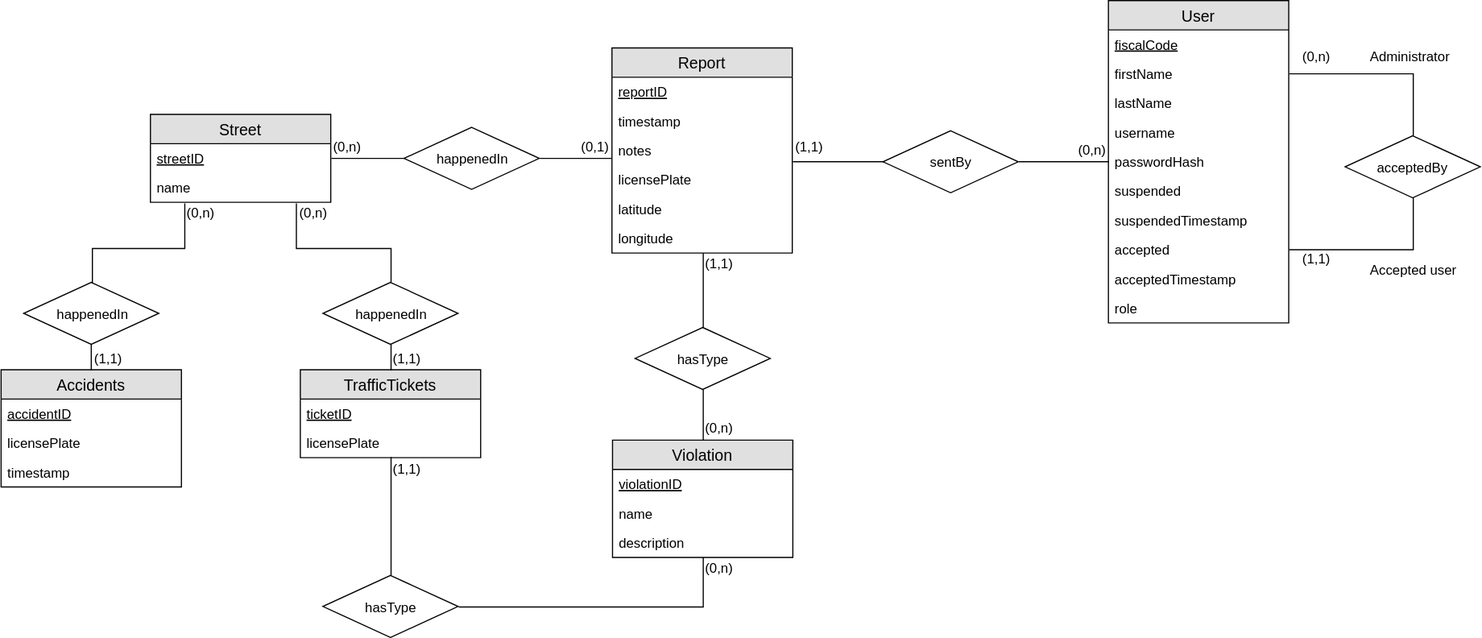
EliaBattiston/SafeStreets keeps this draw.io diagram as DD/Images/Databases/MainER.svg. Above is the earlier version. Source tidied: cells renumbered, new cells last; positions are measured from the earlier drawing's top-left corner, leaving out a move shared by most shapes.
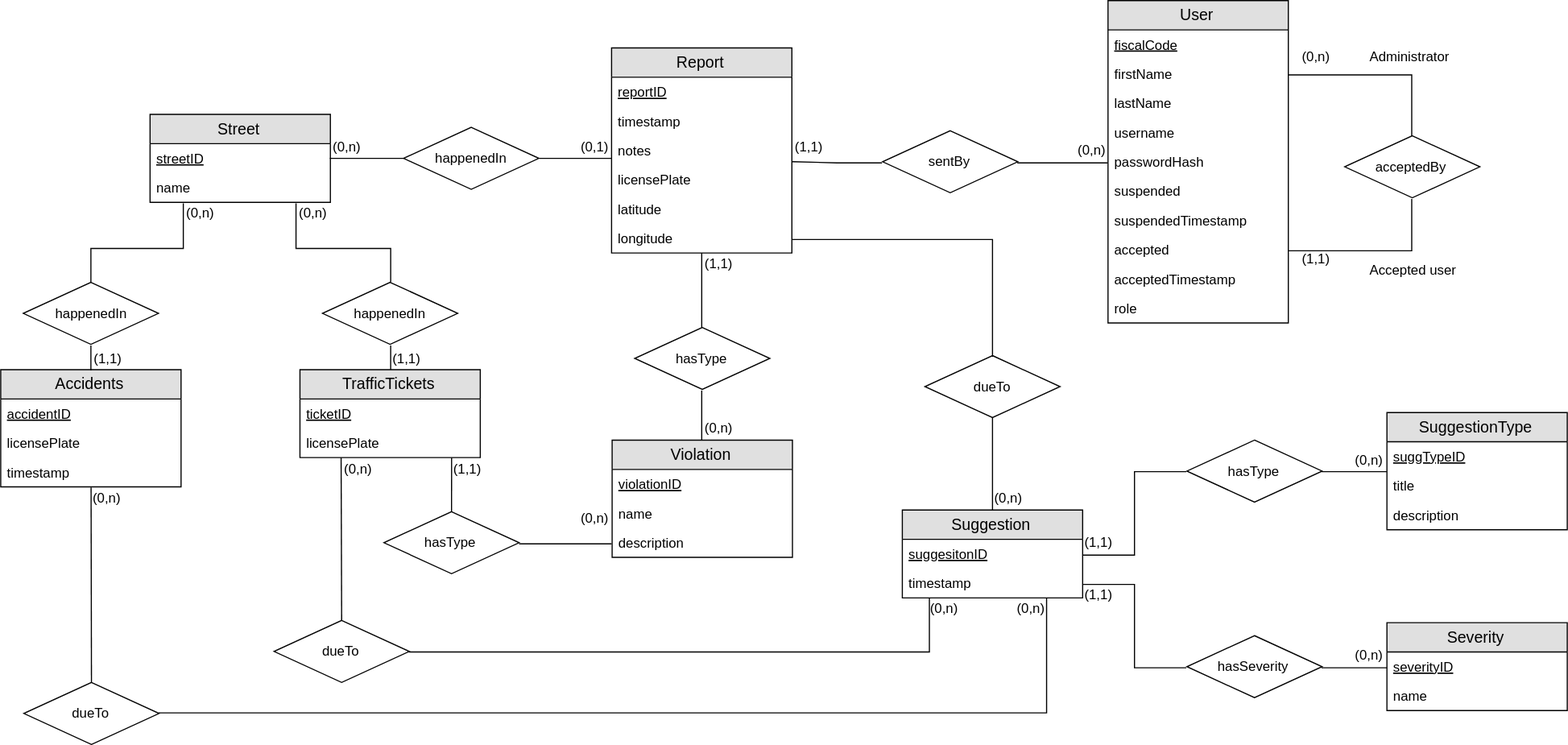
The same diagram one commit later.

Commit message:
Added details to DD and completed ER diagram

Diff of the diagram source:
```diff
@@ -121,15 +121,6 @@
     <mxCell id="40" value="(0,n)" style="text;html=1;align=left;verticalAlign=top;spacingTop=-4;" parent="1" vertex="1">
       <mxGeometry x="622.5" y="370" width="40" height="20" as="geometry" />
     </mxCell>
-    <mxCell id="41" value="TrafficTickets" style="swimlane;fontStyle=0;horizontal=1;startSize=26;fillColor=#e0e0e0;swimlaneFillColor=#ffffff;align=center;fontSize=14;" parent="1" vertex="1">
-      <mxGeometry x="265.5" y="327.5" width="160" height="78" as="geometry" />
-    </mxCell>
-    <mxCell id="42" value="ticketID" style="text;strokeColor=none;fillColor=none;spacingLeft=4;spacingRight=4;overflow=hidden;fontSize=12;fontStyle=4;" parent="41" vertex="1">
-      <mxGeometry y="26" width="160" height="26" as="geometry" />
-    </mxCell>
-    <mxCell id="43" value="licensePlate" style="text;strokeColor=none;fillColor=none;spacingLeft=4;spacingRight=4;overflow=hidden;points=[[0,0.5],[1,0.5]];portConstraint=eastwest;fontSize=12;" parent="41" vertex="1">
-      <mxGeometry y="52" width="160" height="26" as="geometry" />
-    </mxCell>
     <mxCell id="44" value="Accidents" style="swimlane;fontStyle=0;horizontal=1;startSize=26;fillColor=#e0e0e0;swimlaneFillColor=#ffffff;align=center;fontSize=14;" parent="1" vertex="1">
       <mxGeometry y="327.5" width="160" height="104" as="geometry" />
     </mxCell>
@@ -206,20 +197,142 @@
     <mxCell id="65" value="(0,n)" style="text;html=1;align=left;verticalAlign=top;spacingTop=-4;" parent="1" vertex="1">
       <mxGeometry x="262.5" y="179" width="40" height="20" as="geometry" />
     </mxCell>
-    <mxCell id="66" style="edgeStyle=orthogonalEdgeStyle;rounded=0;jettySize=auto;html=1;exitX=1;exitY=0.5;exitDx=0;exitDy=0;entryX=0.501;entryY=0.984;entryDx=0;entryDy=0;entryPerimeter=0;endArrow=none;endFill=0;" parent="1" edge="1" source="68" target="23">
-      <mxGeometry relative="1" as="geometry" />
-    </mxCell>
-    <mxCell id="67" style="edgeStyle=orthogonalEdgeStyle;rounded=0;jettySize=auto;html=1;exitX=0.5;exitY=0;exitDx=0;exitDy=0;entryX=0.501;entryY=0.996;entryDx=0;entryDy=0;entryPerimeter=0;endArrow=none;endFill=0;" parent="1" edge="1" source="68" target="43">
-      <mxGeometry relative="1" as="geometry" />
+    <mxCell id="67" style="edgeStyle=orthogonalEdgeStyle;rounded=0;jettySize=auto;html=1;exitX=0.5;exitY=0;exitDx=0;exitDy=0;entryX=0.501;entryY=0.996;entryDx=0;entryDy=0;entryPerimeter=0;endArrow=none;endFill=0;" parent="1" edge="1" source="68">
+      <mxGeometry relative="1" as="geometry">
+        <mxPoint x="400.1" y="405.6" as="targetPoint" />
+      </mxGeometry>
     </mxCell>
     <mxCell id="68" value="hasType" style="rhombus;whiteSpace=wrap;html=1;" parent="1" vertex="1">
-      <mxGeometry x="285.5" y="510" width="120" height="55" as="geometry" />
+      <mxGeometry x="340" y="453.5" width="120" height="55" as="geometry" />
     </mxCell>
     <mxCell id="69" value="(1,1)" style="text;html=1;align=left;verticalAlign=top;spacingTop=-4;" parent="1" vertex="1">
-      <mxGeometry x="345.5" y="405.5" width="40" height="20" as="geometry" />
+      <mxGeometry x="400" y="405.5" width="40" height="20" as="geometry" />
     </mxCell>
     <mxCell id="70" value="(0,n)" style="text;html=1;align=left;verticalAlign=top;spacingTop=-4;" parent="1" vertex="1">
-      <mxGeometry x="622.5" y="494" width="40" height="20" as="geometry" />
+      <mxGeometry x="512.5" y="450" width="40" height="20" as="geometry" />
     </mxCell>
+    <mxCell id="71" value="Suggestion" style="swimlane;fontStyle=0;horizontal=1;startSize=26;fillColor=#e0e0e0;swimlaneFillColor=#ffffff;align=center;fontSize=14;" parent="1" vertex="1">
+      <mxGeometry x="800" y="452" width="160" height="78" as="geometry" />
+    </mxCell>
+    <mxCell id="72" value="suggesitonID" style="text;strokeColor=none;fillColor=none;spacingLeft=4;spacingRight=4;overflow=hidden;points=[[0,0.5],[1,0.5]];portConstraint=eastwest;fontSize=12;fontStyle=4;" parent="71" vertex="1">
+      <mxGeometry y="26" width="160" height="26" as="geometry" />
+    </mxCell>
+    <mxCell id="73" value="timestamp" style="text;strokeColor=none;fillColor=none;spacingLeft=4;spacingRight=4;overflow=hidden;points=[[0,0.5],[1,0.5]];portConstraint=eastwest;fontSize=12;" parent="71" vertex="1">
+      <mxGeometry y="52" width="160" height="26" as="geometry" />
+    </mxCell>
+    <mxCell id="74" style="edgeStyle=orthogonalEdgeStyle;rounded=0;jettySize=auto;html=1;entryX=1;entryY=0.5;entryDx=0;entryDy=0;endArrow=none;endFill=0;" parent="1" edge="1" source="75" target="82">
+      <mxGeometry relative="1" as="geometry" />
+    </mxCell>
+    <mxCell id="75" value="SuggestionType" style="swimlane;fontStyle=0;horizontal=1;startSize=26;fillColor=#e0e0e0;swimlaneFillColor=#ffffff;align=center;fontSize=14;" parent="1" vertex="1">
+      <mxGeometry x="1230" y="365.5" width="160" height="104" as="geometry" />
+    </mxCell>
+    <mxCell id="76" value="suggTypeID" style="text;strokeColor=none;fillColor=none;spacingLeft=4;spacingRight=4;overflow=hidden;fontSize=12;fontStyle=4;" parent="75" vertex="1">
+      <mxGeometry y="26" width="160" height="26" as="geometry" />
+    </mxCell>
+    <mxCell id="77" value="title" style="text;strokeColor=none;fillColor=none;spacingLeft=4;spacingRight=4;overflow=hidden;fontSize=12;" parent="75" vertex="1">
+      <mxGeometry y="52" width="160" height="26" as="geometry" />
+    </mxCell>
+    <mxCell id="78" value="description" style="text;strokeColor=none;fillColor=none;spacingLeft=4;spacingRight=4;overflow=hidden;fontSize=12;" parent="75" vertex="1">
+      <mxGeometry y="78" width="160" height="26" as="geometry" />
+    </mxCell>
+    <mxCell id="79" value="Severity" style="swimlane;fontStyle=0;horizontal=1;startSize=26;fillColor=#e0e0e0;swimlaneFillColor=#ffffff;align=center;fontSize=14;" parent="1" vertex="1">
+      <mxGeometry x="1230" y="552" width="160" height="78" as="geometry" />
+    </mxCell>
+    <mxCell id="80" value="severityID" style="text;strokeColor=none;fillColor=none;spacingLeft=4;spacingRight=4;overflow=hidden;points=[[0,0.5],[1,0.5]];portConstraint=eastwest;fontSize=12;fontStyle=4;" parent="79" vertex="1">
+      <mxGeometry y="26" width="160" height="26" as="geometry" />
+    </mxCell>
+    <mxCell id="81" value="name" style="text;strokeColor=none;fillColor=none;spacingLeft=4;spacingRight=4;overflow=hidden;fontSize=12;" parent="79" vertex="1">
+      <mxGeometry y="52" width="160" height="26" as="geometry" />
+    </mxCell>
+    <mxCell id="82" value="hasType" style="rhombus;whiteSpace=wrap;html=1;" parent="1" vertex="1">
+      <mxGeometry x="1052.5" y="390" width="120" height="55" as="geometry" />
+    </mxCell>
+    <mxCell id="83" style="edgeStyle=orthogonalEdgeStyle;rounded=0;jettySize=auto;html=1;exitX=1;exitY=0.5;exitDx=0;exitDy=0;entryX=0;entryY=0.5;entryDx=0;entryDy=0;endArrow=none;endFill=0;" parent="1" edge="1" source="84" target="80">
+      <mxGeometry relative="1" as="geometry" />
+    </mxCell>
+    <mxCell id="84" value="hasSeverity" style="rhombus;whiteSpace=wrap;html=1;" parent="1" vertex="1">
+      <mxGeometry x="1052.5" y="563.5" width="120" height="55" as="geometry" />
+    </mxCell>
+    <mxCell id="85" style="edgeStyle=orthogonalEdgeStyle;rounded=0;jettySize=auto;html=1;exitX=1;exitY=0.5;exitDx=0;exitDy=0;entryX=0;entryY=0.5;entryDx=0;entryDy=0;endArrow=none;endFill=0;" parent="1" edge="1" source="73" target="84">
+      <mxGeometry relative="1" as="geometry" />
+    </mxCell>
+    <mxCell id="86" value="(0,n)" style="text;html=1;align=left;verticalAlign=top;spacingTop=-4;" parent="1" vertex="1">
+      <mxGeometry x="1200" y="571" width="40" height="20" as="geometry" />
+    </mxCell>
+    <mxCell id="87" value="(0,n)" style="text;html=1;align=left;verticalAlign=top;spacingTop=-4;" parent="1" vertex="1">
+      <mxGeometry x="1200" y="397.5" width="40" height="20" as="geometry" />
+    </mxCell>
+    <mxCell id="88" style="edgeStyle=orthogonalEdgeStyle;rounded=0;jettySize=auto;html=1;exitX=1;exitY=0.5;exitDx=0;exitDy=0;entryX=0;entryY=0.5;entryDx=0;entryDy=0;endArrow=none;endFill=0;" parent="1" edge="1" source="72" target="82">
+      <mxGeometry relative="1" as="geometry" />
+    </mxCell>
+    <mxCell id="89" value="(1,1)" style="text;html=1;align=left;verticalAlign=top;spacingTop=-4;" parent="1" vertex="1">
+      <mxGeometry x="960" y="471" width="40" height="20" as="geometry" />
+    </mxCell>
+    <mxCell id="90" value="(1,1)" style="text;html=1;align=left;verticalAlign=top;spacingTop=-4;" parent="1" vertex="1">
+      <mxGeometry x="960" y="517.5" width="40" height="20" as="geometry" />
+    </mxCell>
+    <mxCell id="91" style="edgeStyle=orthogonalEdgeStyle;rounded=0;jettySize=auto;html=1;exitX=0.5;exitY=1;exitDx=0;exitDy=0;entryX=0.5;entryY=0;entryDx=0;entryDy=0;endArrow=none;endFill=0;" parent="1" edge="1" source="92" target="71">
+      <mxGeometry relative="1" as="geometry" />
+    </mxCell>
+    <mxCell id="92" value="dueTo" style="rhombus;whiteSpace=wrap;html=1;" parent="1" vertex="1">
+      <mxGeometry x="820" y="315" width="120" height="55" as="geometry" />
+    </mxCell>
+    <mxCell id="93" style="edgeStyle=orthogonalEdgeStyle;rounded=0;jettySize=auto;html=1;exitX=1;exitY=0.5;exitDx=0;exitDy=0;entryX=0.5;entryY=0;entryDx=0;entryDy=0;endArrow=none;endFill=0;" parent="1" edge="1" source="30" target="92">
+      <mxGeometry relative="1" as="geometry" />
+    </mxCell>
+    <mxCell id="94" style="edgeStyle=orthogonalEdgeStyle;rounded=0;jettySize=auto;html=1;exitX=0;exitY=0.5;exitDx=0;exitDy=0;entryX=1;entryY=0.5;entryDx=0;entryDy=0;endArrow=none;endFill=0;" parent="1" edge="1" source="23" target="68">
+      <mxGeometry relative="1" as="geometry" />
+    </mxCell>
+    <mxCell id="95" style="edgeStyle=orthogonalEdgeStyle;rounded=0;jettySize=auto;html=1;exitX=1;exitY=0.5;exitDx=0;exitDy=0;entryX=0.146;entryY=0.984;entryDx=0;entryDy=0;entryPerimeter=0;endArrow=none;endFill=0;" parent="1" edge="1" source="96" target="73">
+      <mxGeometry relative="1" as="geometry">
+        <Array as="points">
+          <mxPoint x="823" y="577" />
+        </Array>
+      </mxGeometry>
+    </mxCell>
+    <mxCell id="96" value="dueTo" style="rhombus;whiteSpace=wrap;html=1;" parent="1" vertex="1">
+      <mxGeometry x="242.5" y="550" width="120" height="55" as="geometry" />
+    </mxCell>
+    <mxCell id="97" style="edgeStyle=orthogonalEdgeStyle;rounded=0;jettySize=auto;html=1;exitX=1;exitY=0.5;exitDx=0;exitDy=0;entryX=0.803;entryY=1.013;entryDx=0;entryDy=0;entryPerimeter=0;endArrow=none;endFill=0;" parent="1" edge="1" source="98" target="73">
+      <mxGeometry relative="1" as="geometry" />
+    </mxCell>
+    <mxCell id="98" value="dueTo" style="rhombus;whiteSpace=wrap;html=1;" parent="1" vertex="1">
+      <mxGeometry x="20.5" y="605" width="120" height="55" as="geometry" />
+    </mxCell>
+    <mxCell id="99" style="endArrow=none;html=1;entryX=0.501;entryY=1.022;entryDx=0;entryDy=0;entryPerimeter=0;" parent="1" edge="1" target="47">
+      <mxGeometry relative="1" as="geometry">
+        <mxPoint x="80.5" y="605" as="sourcePoint" />
+      </mxGeometry>
+    </mxCell>
+    <mxCell id="100" style="endArrow=none;html=1;" parent="1" edge="1">
+      <mxGeometry relative="1" as="geometry">
+        <mxPoint x="302.5" y="550" as="sourcePoint" />
+        <mxPoint x="302" y="400" as="targetPoint" />
+      </mxGeometry>
+    </mxCell>
+    <mxCell id="41" value="TrafficTickets" style="swimlane;fontStyle=0;horizontal=1;startSize=26;fillColor=#e0e0e0;swimlaneFillColor=#ffffff;align=center;fontSize=14;" parent="1" vertex="1">
+      <mxGeometry x="265.5" y="327.5" width="160" height="78" as="geometry" />
+    </mxCell>
+    <mxCell id="42" value="ticketID" style="text;strokeColor=none;fillColor=none;spacingLeft=4;spacingRight=4;overflow=hidden;fontSize=12;fontStyle=4;" parent="41" vertex="1">
+      <mxGeometry y="26" width="160" height="26" as="geometry" />
+    </mxCell>
+    <mxCell id="43" value="licensePlate" style="text;strokeColor=none;fillColor=none;spacingLeft=4;spacingRight=4;overflow=hidden;points=[[0,0.5],[1,0.5]];portConstraint=eastwest;fontSize=12;" parent="41" vertex="1">
+      <mxGeometry y="52" width="160" height="26" as="geometry" />
+    </mxCell>
+    <mxCell id="101" value="(0,n)" style="text;html=1;align=left;verticalAlign=top;spacingTop=-4;" parent="1" vertex="1">
+      <mxGeometry x="80" y="431.5" width="40" height="20" as="geometry" />
+    </mxCell>
+    <mxCell id="102" value="(0,n)" style="text;html=1;align=left;verticalAlign=top;spacingTop=-4;" parent="1" vertex="1">
+      <mxGeometry x="302.5" y="405.5" width="40" height="20" as="geometry" />
+    </mxCell>
+    <mxCell id="103" value="(0,n)" style="text;html=1;align=left;verticalAlign=top;spacingTop=-4;" parent="1" vertex="1">
+      <mxGeometry x="822.5" y="530" width="40" height="20" as="geometry" />
+    </mxCell>
+    <mxCell id="104" value="(0,n)" style="text;html=1;align=left;verticalAlign=top;spacingTop=-4;" parent="1" vertex="1">
+      <mxGeometry x="900" y="530" width="40" height="20" as="geometry" />
+    </mxCell>
+    <mxCell id="105" value="(0,n)" style="text;html=1;align=left;verticalAlign=top;spacingTop=-4;" parent="1" vertex="1">
+      <mxGeometry x="880" y="431.5" width="40" height="20" as="geometry" />
+    </mxCell>
   </root>
 </mxGraphModel>
```
